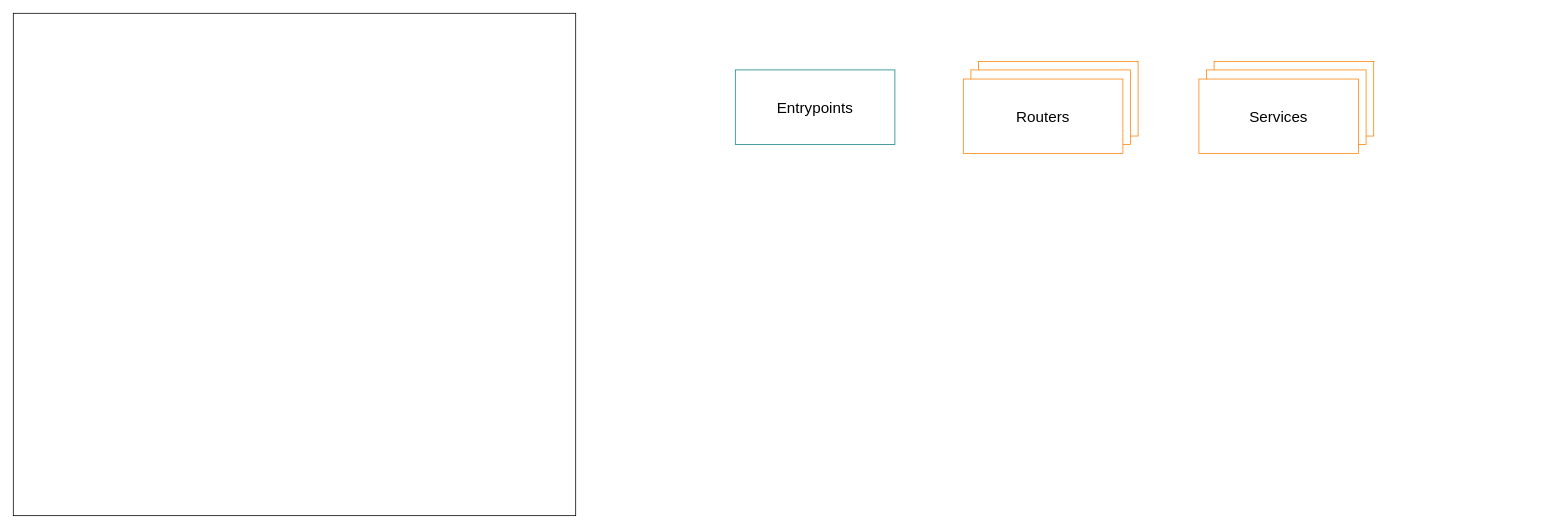
Before: page "traefik-architecture" (29 of 29) of assets/drawio/all-things-devops.drawio in joseeden/joeden, a draw.io diagram. Source tidied: cells renumbered, new cells numbered last; positions are measured from the earlier drawing's top-left corner, leaving out a move shared by most shapes. Both pictures are drawn from the tidied source at 76%, with x=0, y=0 at pixel (13, 13).
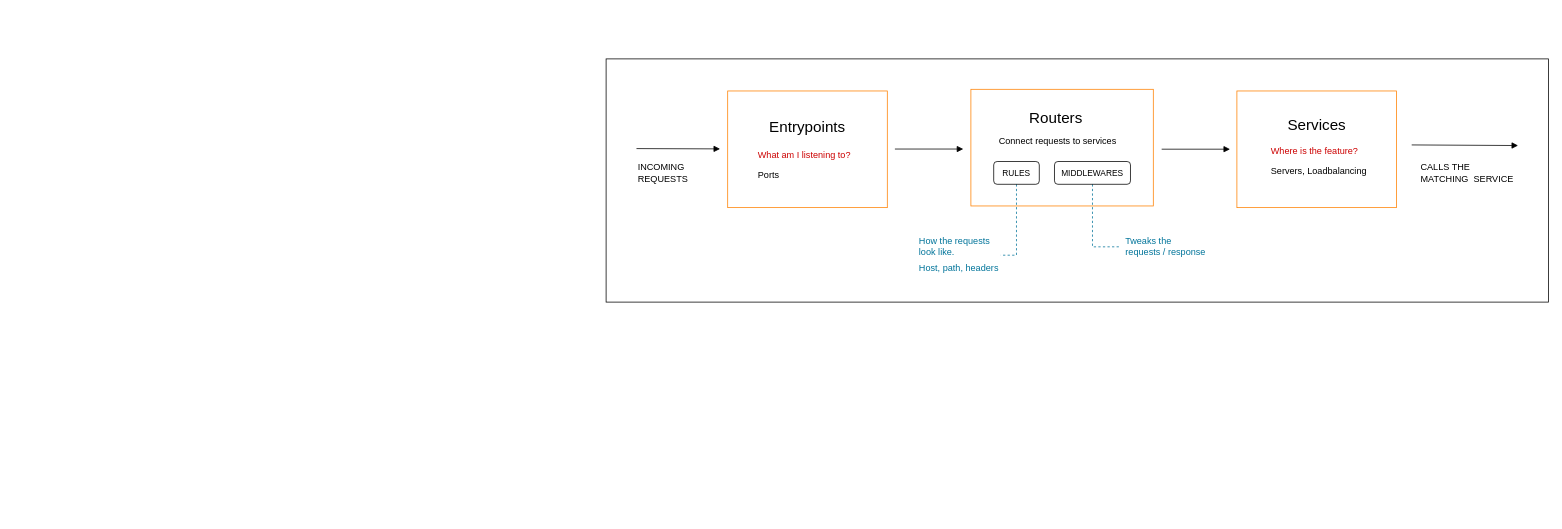
Above is the later version.

What changed in the source:
```diff
@@
     <mxCell id="2" style="rounded=0;whiteSpace=wrap;html=1;" parent="1" vertex="1">
-      <mxGeometry width="740" height="661" as="geometry" />
+      <mxGeometry x="780" y="60" width="1240" height="320" as="geometry" />
     </mxCell>
-    <mxCell id="3" style="rounded=0;whiteSpace=wrap;html=1;fillColor=default;strokeColor=#FF8000;" parent="1" vertex="1">
-      <mxGeometry x="1270" y="63.5" width="210" height="98" as="geometry" />
-    </mxCell>
-    <mxCell id="4" style="rounded=0;whiteSpace=wrap;html=1;fillColor=default;strokeColor=#FF8000;" parent="1" vertex="1">
-      <mxGeometry x="1260" y="74.5" width="210" height="98" as="geometry" />
-    </mxCell>
-    <mxCell id="5" value="&lt;font style=&quot;font-size: 20px;&quot;&gt;Routers&lt;/font&gt;" style="rounded=0;whiteSpace=wrap;html=1;fillColor=default;strokeColor=#FF8000;" parent="1" vertex="1">
-      <mxGeometry x="1250" y="86.5" width="210" height="98" as="geometry" />
+    <mxCell id="5" style="rounded=0;whiteSpace=wrap;html=1;fillColor=default;strokeColor=#FF8000;" parent="1" vertex="1">
+      <mxGeometry x="1260" y="100" width="240" height="153.5" as="geometry" />
     </mxCell>
-    <mxCell id="6" style="rounded=0;whiteSpace=wrap;html=1;fillColor=default;strokeColor=#FF8000;" parent="1" vertex="1">
-      <mxGeometry x="1580" y="63.5" width="210" height="98" as="geometry" />
-    </mxCell>
-    <mxCell id="7" style="rounded=0;whiteSpace=wrap;html=1;fillColor=default;strokeColor=#FF8000;" parent="1" vertex="1">
-      <mxGeometry x="1570" y="74.5" width="210" height="98" as="geometry" />
-    </mxCell>
-    <mxCell id="8" value="&lt;font style=&quot;font-size: 20px;&quot;&gt;Services&lt;/font&gt;" style="rounded=0;whiteSpace=wrap;html=1;fillColor=default;strokeColor=#FF8000;" parent="1" vertex="1">
-      <mxGeometry x="1560" y="86.5" width="210" height="98" as="geometry" />
+    <mxCell id="8" style="rounded=0;whiteSpace=wrap;html=1;fillColor=default;strokeColor=#FF8000;" parent="1" vertex="1">
+      <mxGeometry x="1610" y="102.2" width="210" height="153.5" as="geometry" />
     </mxCell>
+    <mxCell id="10" style="endArrow=block;html=1;rounded=0;endFill=1;" parent="1" edge="1">
+      <mxGeometry relative="1" as="geometry">
+        <mxPoint x="1160" y="178.6" as="sourcePoint" />
+        <mxPoint x="1250" y="178.6" as="targetPoint" />
+      </mxGeometry>
+    </mxCell>
+    <mxCell id="11" style="endArrow=block;html=1;rounded=0;endFill=1;" parent="1" edge="1">
+      <mxGeometry relative="1" as="geometry">
+        <mxPoint x="1511" y="178.8" as="sourcePoint" />
+        <mxPoint x="1601" y="178.8" as="targetPoint" />
+      </mxGeometry>
+    </mxCell>
+    <mxCell id="12" value="&lt;font style=&quot;font-size: 12px; color: rgb(204, 0, 0);&quot;&gt;Where is the feature?&lt;/font&gt;" style="rounded=0;whiteSpace=wrap;html=1;fillColor=none;strokeColor=none;align=left;fontSize=11;" parent="1" vertex="1">
+      <mxGeometry x="1652.5" y="168.2" width="135" height="26" as="geometry" />
+    </mxCell>
+    <mxCell id="13" value="&lt;font style=&quot;font-size: 20px;&quot;&gt;Services&lt;/font&gt;" style="rounded=0;whiteSpace=wrap;html=1;fillColor=none;strokeColor=none;align=left;fontSize=11;" parent="1" vertex="1">
+      <mxGeometry x="1675" y="121.8" width="80" height="48.5" as="geometry" />
+    </mxCell>
+    <mxCell id="14" value="&lt;span style=&quot;font-size: 12px;&quot;&gt;Connect requests to services&lt;/span&gt;" style="rounded=0;whiteSpace=wrap;html=1;fillColor=none;strokeColor=none;align=left;fontSize=11;" parent="1" vertex="1">
+      <mxGeometry x="1295" y="143" width="160" height="50" as="geometry" />
+    </mxCell>
+    <mxCell id="15" value="&lt;font style=&quot;font-size: 20px;&quot;&gt;Routers&lt;/font&gt;" style="rounded=0;whiteSpace=wrap;html=1;fillColor=none;strokeColor=none;align=left;fontSize=11;" parent="1" vertex="1">
+      <mxGeometry x="1335" y="113" width="80" height="48.5" as="geometry" />
+    </mxCell>
+    <mxCell id="16" style="edgeStyle=orthogonalEdgeStyle;rounded=0;jettySize=auto;html=1;entryX=0.992;entryY=0.648;entryDx=0;entryDy=0;endArrow=none;startFill=0;dashed=1;entryPerimeter=0;strokeColor=#00749A;" parent="1" edge="1" source="17" target="30">
+      <mxGeometry relative="1" as="geometry" />
+    </mxCell>
+    <mxCell id="17" value="RULES" style="rounded=1;whiteSpace=wrap;html=1;fillColor=none;strokeColor=default;align=center;fontSize=11;" parent="1" vertex="1">
+      <mxGeometry x="1290" y="195" width="60" height="30" as="geometry" />
+    </mxCell>
+    <mxCell id="18" style="edgeStyle=orthogonalEdgeStyle;rounded=0;jettySize=auto;html=1;entryX=0;entryY=0.5;entryDx=0;entryDy=0;endArrow=none;startFill=0;dashed=1;strokeColor=#00749A;" parent="1" edge="1" source="19" target="28">
+      <mxGeometry relative="1" as="geometry" />
+    </mxCell>
+    <mxCell id="19" value="MIDDLEWARES" style="rounded=1;whiteSpace=wrap;html=1;fillColor=none;strokeColor=default;align=center;fontSize=11;" parent="1" vertex="1">
+      <mxGeometry x="1370" y="195" width="100" height="30" as="geometry" />
+    </mxCell>
+    <mxCell id="20" value="&lt;div&gt;&lt;font style=&quot;font-size: 12px;&quot;&gt;Servers, Loadbalancing&lt;/font&gt;&lt;/div&gt;" style="rounded=0;whiteSpace=wrap;html=1;fillColor=none;strokeColor=none;align=left;fontSize=11;" parent="1" vertex="1">
+      <mxGeometry x="1652.5" y="195.8" width="135" height="24.5" as="geometry" />
+    </mxCell>
+    <mxCell id="21" style="rounded=0;whiteSpace=wrap;html=1;fillColor=default;strokeColor=#FF8000;" parent="1" vertex="1">
+      <mxGeometry x="940" y="102.2" width="210" height="153.5" as="geometry" />
+    </mxCell>
+    <mxCell id="22" value="&lt;font style=&quot;font-size: 12px; color: rgb(204, 0, 0);&quot;&gt;What am I listening to?&lt;/font&gt;" style="rounded=0;whiteSpace=wrap;html=1;fillColor=none;strokeColor=none;align=left;fontSize=11;" parent="1" vertex="1">
+      <mxGeometry x="977.5" y="179.2" width="135" height="16" as="geometry" />
+    </mxCell>
-    <mxCell id="9" value="&lt;span style=&quot;font-size: 20px;&quot;&gt;Entrypoints&lt;/span&gt;" style="rounded=0;whiteSpace=wrap;html=1;fillColor=default;strokeColor=#0e8088;" parent="1" vertex="1">
-      <mxGeometry x="950" y="74.5" width="210" height="98" as="geometry" />
+    <mxCell id="9" value="&lt;font style=&quot;font-size: 20px;&quot;&gt;Entrypoints&lt;/font&gt;" style="rounded=0;whiteSpace=wrap;html=1;fillColor=none;strokeColor=none;align=left;fontSize=11;" parent="1" vertex="1">
+      <mxGeometry x="992.5" y="124.8" width="105" height="48.5" as="geometry" />
     </mxCell>
+    <mxCell id="23" value="&lt;div&gt;&lt;font style=&quot;font-size: 12px;&quot;&gt;Ports&lt;/font&gt;&lt;/div&gt;" style="rounded=0;whiteSpace=wrap;html=1;fillColor=none;strokeColor=none;align=left;fontSize=11;" parent="1" vertex="1">
+      <mxGeometry x="977.5" y="202.2" width="135" height="21" as="geometry" />
+    </mxCell>
+    <mxCell id="24" style="endArrow=block;html=1;rounded=0;endFill=1;" parent="1" edge="1">
+      <mxGeometry relative="1" as="geometry">
+        <mxPoint x="820" y="178" as="sourcePoint" />
+        <mxPoint x="930" y="178.4" as="targetPoint" />
+      </mxGeometry>
+    </mxCell>
+    <mxCell id="25" value="&lt;div&gt;&lt;font style=&quot;font-size: 12px;&quot;&gt;INCOMING&amp;nbsp;&lt;/font&gt;&lt;/div&gt;&lt;div&gt;&lt;font style=&quot;font-size: 12px;&quot;&gt;REQUESTS&lt;/font&gt;&lt;/div&gt;" style="rounded=0;whiteSpace=wrap;html=1;fillColor=none;strokeColor=none;align=left;fontSize=11;" parent="1" vertex="1">
+      <mxGeometry x="820" y="185" width="80" height="50" as="geometry" />
+    </mxCell>
+    <mxCell id="26" style="endArrow=block;html=1;rounded=0;endFill=1;" parent="1" edge="1">
+      <mxGeometry relative="1" as="geometry">
+        <mxPoint x="1840" y="173.2" as="sourcePoint" />
+        <mxPoint x="1980" y="174" as="targetPoint" />
+      </mxGeometry>
+    </mxCell>
+    <mxCell id="27" value="&lt;span style=&quot;font-size: 12px;&quot;&gt;CALLS THE&amp;nbsp;&lt;/span&gt;&lt;div&gt;&lt;span style=&quot;font-size: 12px;&quot;&gt;MATCHING&amp;nbsp;&amp;nbsp;&lt;/span&gt;&lt;span style=&quot;font-size: 12px; background-color: transparent; color: light-dark(rgb(0, 0, 0), rgb(255, 255, 255));&quot;&gt;SERVICE&lt;/span&gt;&lt;/div&gt;" style="rounded=0;whiteSpace=wrap;html=1;fillColor=none;strokeColor=none;align=left;fontSize=11;" parent="1" vertex="1">
+      <mxGeometry x="1850" y="185" width="140" height="50" as="geometry" />
+    </mxCell>
+    <mxCell id="28" value="&lt;font style=&quot;font-size: 12px; color: rgb(0, 116, 154);&quot;&gt;&amp;nbsp; Tweaks the&amp;nbsp;&lt;/font&gt;&lt;div&gt;&lt;font style=&quot;font-size: 12px; color: rgb(0, 116, 154);&quot;&gt;&amp;nbsp; requests / response&lt;/font&gt;&lt;/div&gt;" style="rounded=1;whiteSpace=wrap;html=1;fillColor=none;strokeColor=none;align=left;fontSize=11;fontColor=#4D4D4D;" parent="1" vertex="1">
+      <mxGeometry x="1455" y="270" width="130" height="74.5" as="geometry" />
+    </mxCell>
+    <mxCell id="29" style="group;fontColor=#00749A;" parent="1" vertex="1">
+      <mxGeometry x="1190" y="270" width="130" height="74.5" as="geometry" />
+    </mxCell>
+    <mxCell id="30" value="&lt;span style=&quot;font-size: 12px;&quot;&gt;&lt;font style=&quot;color: rgb(0, 116, 154);&quot;&gt;How the requests&amp;nbsp;&lt;/font&gt;&lt;/span&gt;&lt;div&gt;&lt;span style=&quot;font-size: 12px;&quot;&gt;&lt;font style=&quot;color: rgb(0, 116, 154);&quot;&gt;look like.&lt;/font&gt;&lt;/span&gt;&lt;/div&gt;" style="rounded=1;whiteSpace=wrap;html=1;fillColor=none;strokeColor=none;align=left;fontSize=11;fontColor=#4D4D4D;" parent="29" vertex="1">
+      <mxGeometry width="110" height="74.5" as="geometry" />
+    </mxCell>
+    <mxCell id="31" value="&lt;div&gt;&lt;span style=&quot;font-size: 12px;&quot;&gt;&lt;font style=&quot;color: rgb(0, 116, 154);&quot;&gt;Host, path, headers&lt;/font&gt;&lt;/span&gt;&lt;/div&gt;" style="rounded=1;whiteSpace=wrap;html=1;fillColor=none;strokeColor=none;align=left;fontSize=11;fontColor=#4D4D4D;" parent="29" vertex="1">
+      <mxGeometry y="54.5" width="130" height="20" as="geometry" />
+    </mxCell>
```
